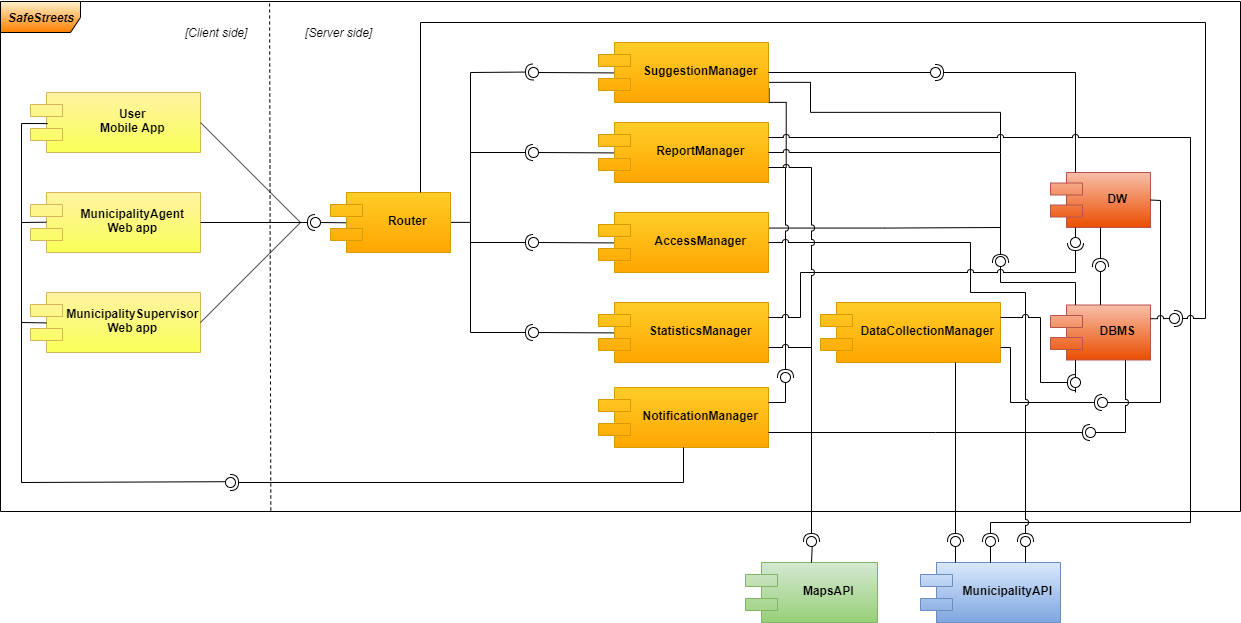
This is DD/img/Component1.png from SimoneSartoni/SoftwareEngineering2, a draw.io export, as it was before one commit. Source tidied: cells renumbered, new cells last; positions are measured from the earlier drawing's top-left corner, leaving out a move shared by most shapes.
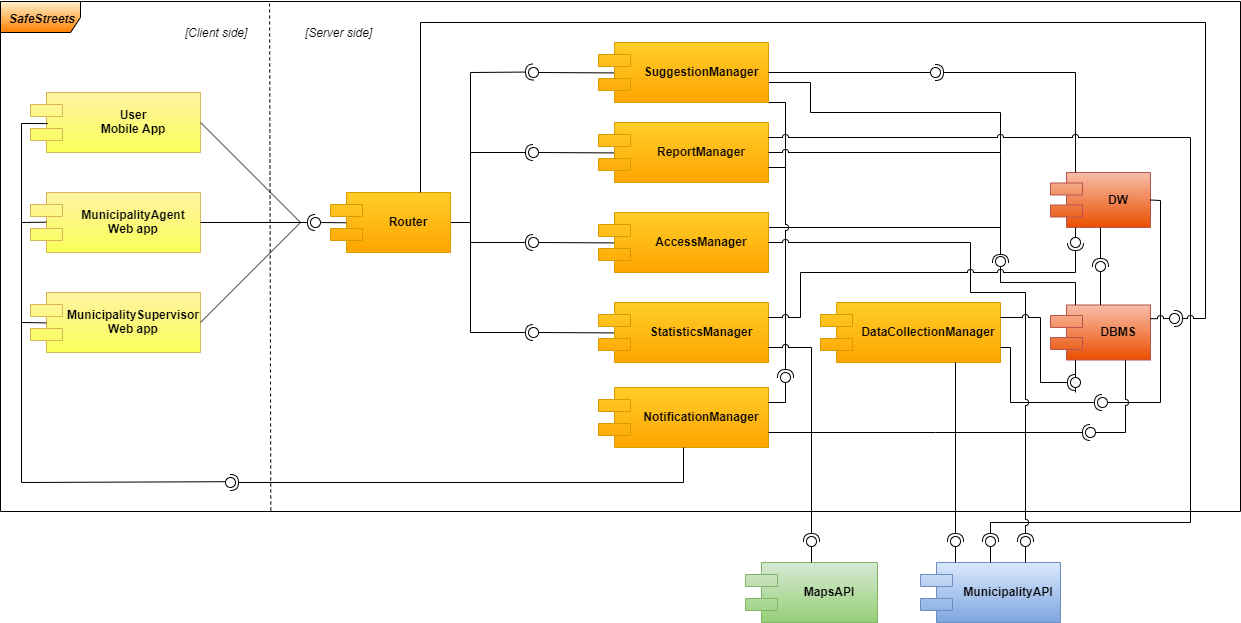
Later version of the same file.

What changed in the source:
```diff
@@ -375,15 +375,6 @@
     <mxCell id="82" style="ellipse;whiteSpace=wrap;html=1;fontFamily=Helvetica;fontSize=12;fontColor=#000000;align=center;strokeColor=#000000;fillColor=#ffffff;points=[];" parent="1" vertex="1">
       <mxGeometry x="1169" y="312" width="10" height="10" as="geometry" />
     </mxCell>
-    <mxCell id="83" style="endArrow=none;html=1;rounded=0;jumpStyle=arc;" parent="1" edge="1">
-      <mxGeometry relative="1" as="geometry">
-        <mxPoint x="780" y="166" as="sourcePoint" />
-        <mxPoint x="811" y="351" as="targetPoint" />
-        <Array as="points">
-          <mxPoint x="811" y="166" />
-        </Array>
-      </mxGeometry>
-    </mxCell>
     <mxCell id="84" style="rounded=0;jettySize=auto;html=1;endArrow=oval;endFill=0;strokeColor=#000000;endSize=10;jumpStyle=arc;exitX=0.75;exitY=1;exitDx=0;exitDy=0;" parent="1" edge="1" source="35">
       <mxGeometry relative="1" as="geometry">
         <mxPoint x="1090" y="431" as="targetPoint" />
```
